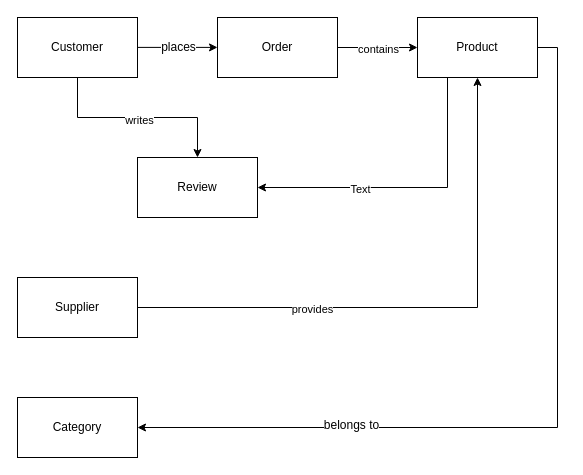
Niginairgash/de-journey keeps this draw.io diagram as 3-data-modeling/fundamentals/data-modeling-types/conceptual diagram e-commerce.drawio. Above is the earlier version. Source tidied: cells renumbered, new cells numbered last; positions are measured from the earlier drawing's top-left corner, leaving out a move shared by most shapes. Both pictures are drawn from the tidied source at 100%, with x=0, y=0 at pixel (17, 17).
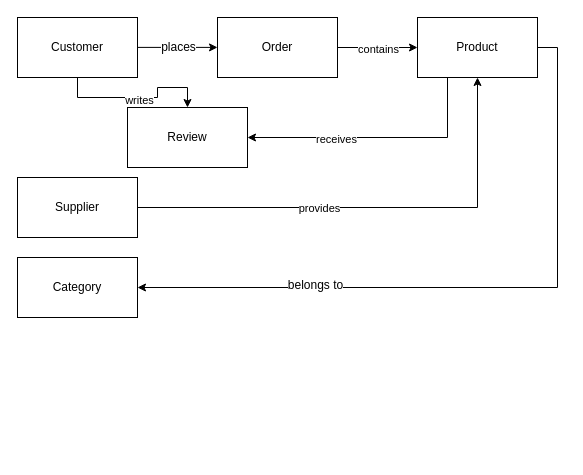
Above is the later version.

Unchanged cells that the change refers to:
```xml
<mxCell id="11" style="edgeStyle=orthogonalEdgeStyle;rounded=0;jettySize=auto;html=1;exitX=1;exitY=0.5;exitDx=0;exitDy=0;entryX=0.5;entryY=1;entryDx=0;entryDy=0;" parent="1" edge="1" source="13" target="18">
  <mxGeometry relative="1" as="geometry" />
</mxCell>
<mxCell id="16" style="edgeStyle=orthogonalEdgeStyle;rounded=0;jettySize=auto;html=1;exitX=0.25;exitY=1;exitDx=0;exitDy=0;entryX=1;entryY=0.5;entryDx=0;entryDy=0;" parent="1" edge="1" source="18" target="19">
  <mxGeometry relative="1" as="geometry" />
</mxCell>
```

Change to the diagram source:
```diff
@@
     <mxCell id="7" value="Category" style="rounded=0;whiteSpace=wrap;html=1;" parent="1" vertex="1">
-      <mxGeometry y="380" width="120" height="60" as="geometry" />
+      <mxGeometry y="240" width="120" height="60" as="geometry" />
     </mxCell>
@@
     <mxCell id="12" value="provides" style="edgeLabel;html=1;align=center;verticalAlign=middle;" parent="11" vertex="1">
-      <mxGeometry x="-0.39" y="-1" relative="1" as="geometry" />
+      <mxGeometry x="-0.39" y="-1" relative="1" as="geometry">
+        <mxPoint x="38" y="-1" as="offset" />
+      </mxGeometry>
     </mxCell>
     <mxCell id="13" value="Supplier" style="rounded=0;whiteSpace=wrap;html=1;" parent="1" vertex="1">
-      <mxGeometry y="260" width="120" height="60" as="geometry" />
+      <mxGeometry y="160" width="120" height="60" as="geometry" />
     </mxCell>
@@
-    <mxCell id="17" value="Text" style="edgeLabel;html=1;align=center;verticalAlign=middle;" parent="16" vertex="1">
+    <mxCell id="17" value="receives" style="edgeLabel;html=1;align=center;verticalAlign=middle;" parent="16" vertex="1">
       <mxGeometry x="0.32" y="1" relative="1" as="geometry" />
     </mxCell>
@@
     <mxCell id="19" value="Review" style="rounded=0;whiteSpace=wrap;html=1;" parent="1" vertex="1">
-      <mxGeometry x="120" y="140" width="120" height="60" as="geometry" />
+      <mxGeometry x="110" y="90" width="120" height="60" as="geometry" />
     </mxCell>
```
